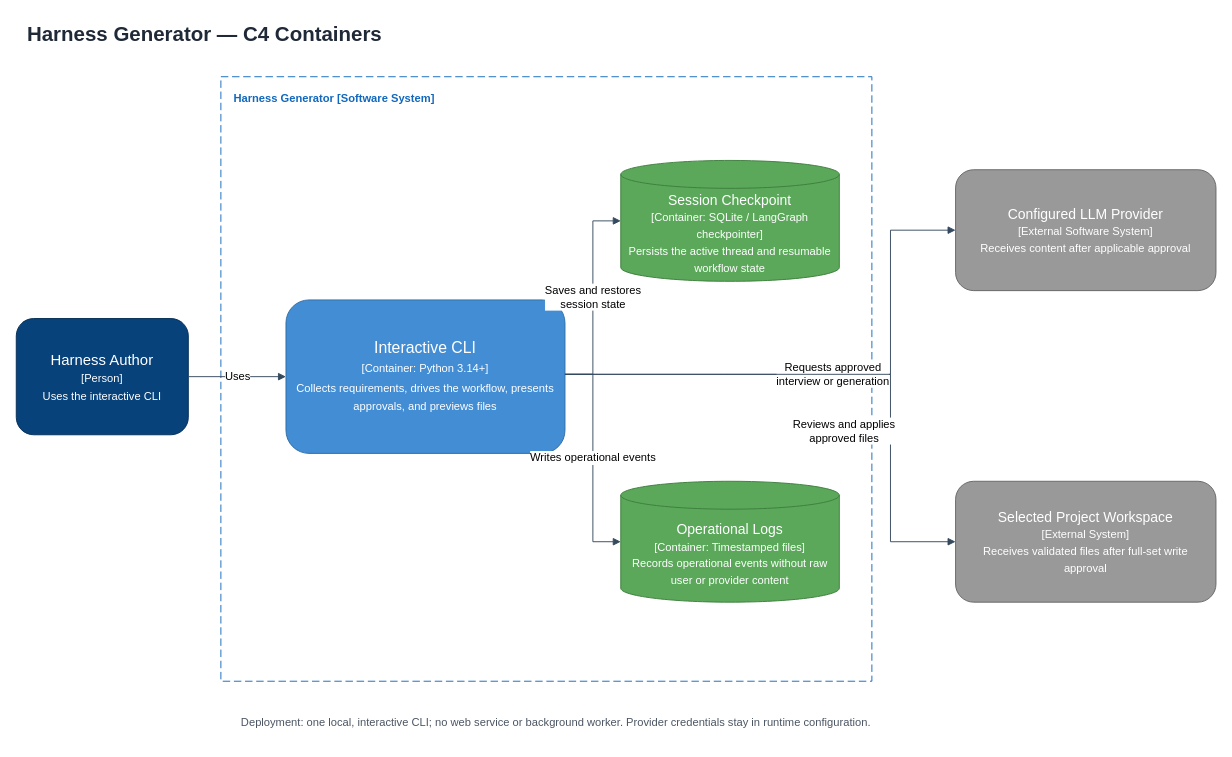
Earlier version of the draw.io diagram docs/diagrams/c4-containers.drawio (eduardmelnychenko/harness-gen). Source tidied: cells renumbered, new cells numbered last; positions are measured from the earlier drawing's top-left corner, leaving out a move shared by most shapes. Both pictures are drawn from the tidied source at 93%, with x=0, y=0 at pixel (16, 16).
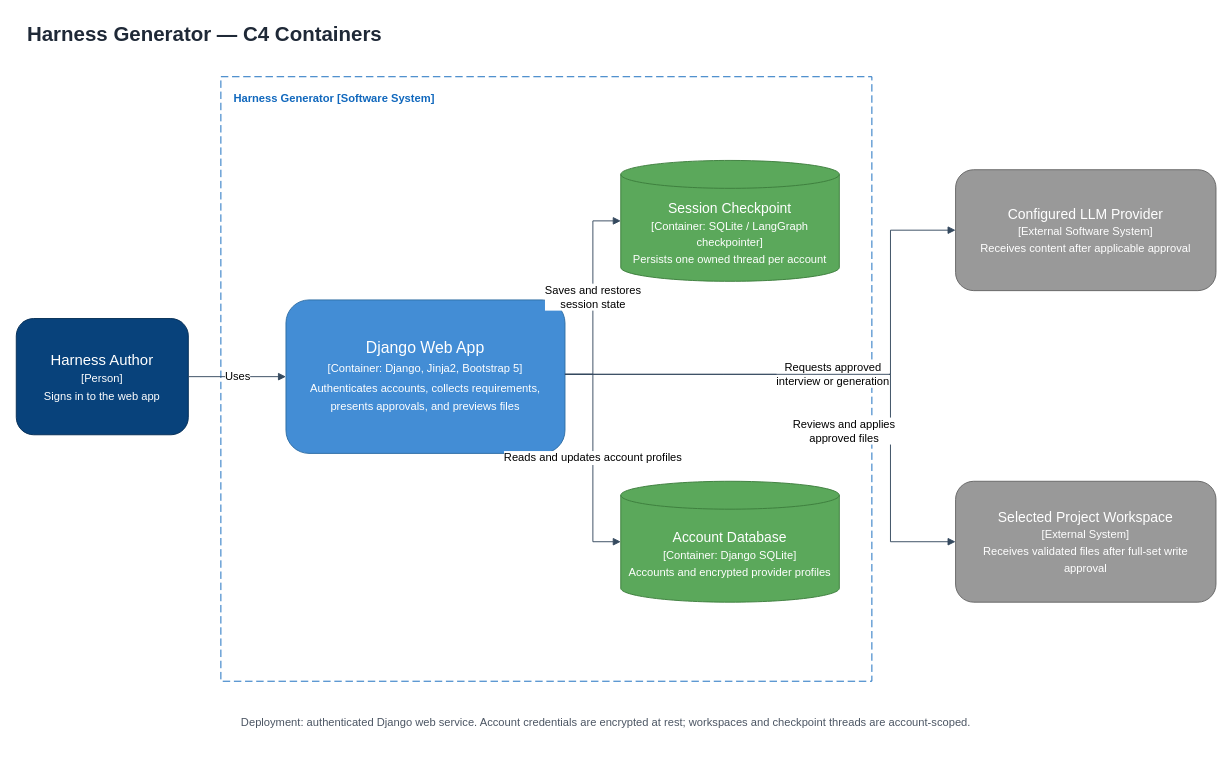
Above is the later version.

Change to the diagram source:
```diff
@@
-    <mxCell id="4" value="Harness Author&lt;br&gt;&lt;font style=&quot;font-size:12px&quot;&gt;[Person]&lt;br&gt;Uses the interactive CLI&lt;/font&gt;" style="rounded=1;whiteSpace=wrap;html=1;fillColor=#08427b;fontColor=#ffffff;strokeColor=#052e56;fontSize=16;align=center;verticalAlign=middle;spacing=10;" parent="1" vertex="1">
+    <mxCell id="4" value="Harness Author&lt;br&gt;&lt;font style=&quot;font-size:12px&quot;&gt;[Person]&lt;br&gt;Signs in to the web app&lt;/font&gt;" style="rounded=1;whiteSpace=wrap;html=1;fillColor=#08427b;fontColor=#ffffff;strokeColor=#052e56;fontSize=16;align=center;verticalAlign=middle;spacing=10;" parent="1" vertex="1">
       <mxGeometry y="325" width="185" height="125" as="geometry" />
     </mxCell>
-    <mxCell id="5" value="Interactive CLI&lt;br&gt;&lt;font style=&quot;font-size:12px&quot;&gt;[Container: Python 3.14+]&lt;br&gt;Collects requirements, drives the workflow, presents approvals, and previews files&lt;/font&gt;" style="rounded=1;whiteSpace=wrap;html=1;fillColor=#438dd5;fontColor=#ffffff;strokeColor=#2e6da4;fontSize=17;align=center;verticalAlign=middle;spacing=10;" parent="1" vertex="1">
+    <mxCell id="5" value="Django Web App&lt;br&gt;&lt;font style=&quot;font-size:12px&quot;&gt;[Container: Django, Jinja2, Bootstrap 5]&lt;br&gt;Authenticates accounts, collects requirements, presents approvals, and previews files&lt;/font&gt;" style="rounded=1;whiteSpace=wrap;html=1;fillColor=#438dd5;fontColor=#ffffff;strokeColor=#2e6da4;fontSize=17;align=center;verticalAlign=middle;spacing=10;" parent="1" vertex="1">
       <mxGeometry x="290" y="305" width="300" height="165" as="geometry" />
     </mxCell>
-    <mxCell id="6" value="Session Checkpoint&lt;br&gt;&lt;font style=&quot;font-size:12px&quot;&gt;[Container: SQLite / LangGraph checkpointer]&lt;br&gt;Persists the active thread and resumable workflow state&lt;/font&gt;" style="shape=cylinder3;whiteSpace=wrap;html=1;boundedLbl=1;backgroundOutline=1;size=15;fillColor=#5ba85b;fontColor=#ffffff;strokeColor=#3d7d3d;fontSize=15;align=center;verticalAlign=middle;spacing=8;" parent="1" vertex="1">
+    <mxCell id="6" value="Session Checkpoint&lt;br&gt;&lt;font style=&quot;font-size:12px&quot;&gt;[Container: SQLite / LangGraph checkpointer]&lt;br&gt;Persists one owned thread per account&lt;/font&gt;" style="shape=cylinder3;whiteSpace=wrap;html=1;boundedLbl=1;backgroundOutline=1;size=15;fillColor=#5ba85b;fontColor=#ffffff;strokeColor=#3d7d3d;fontSize=15;align=center;verticalAlign=middle;spacing=8;" parent="1" vertex="1">
       <mxGeometry x="650" y="155" width="235" height="130" as="geometry" />
     </mxCell>
-    <mxCell id="7" value="Operational Logs&lt;br&gt;&lt;font style=&quot;font-size:12px&quot;&gt;[Container: Timestamped files]&lt;br&gt;Records operational events without raw user or provider content&lt;/font&gt;" style="shape=cylinder3;whiteSpace=wrap;html=1;boundedLbl=1;backgroundOutline=1;size=15;fillColor=#5ba85b;fontColor=#ffffff;strokeColor=#3d7d3d;fontSize=15;align=center;verticalAlign=middle;spacing=8;" parent="1" vertex="1">
+    <mxCell id="7" value="Account Database&lt;br&gt;&lt;font style=&quot;font-size:12px&quot;&gt;[Container: Django SQLite]&lt;br&gt;Accounts and encrypted provider profiles&lt;/font&gt;" style="shape=cylinder3;whiteSpace=wrap;html=1;boundedLbl=1;backgroundOutline=1;size=15;fillColor=#5ba85b;fontColor=#ffffff;strokeColor=#3d7d3d;fontSize=15;align=center;verticalAlign=middle;spacing=8;" parent="1" vertex="1">
       <mxGeometry x="650" y="500" width="235" height="130" as="geometry" />
     </mxCell>
@@
-    <mxCell id="12" value="Writes operational events" style="edgeStyle=orthogonalEdgeStyle;rounded=0;jettySize=auto;html=1;endArrow=block;endFill=1;strokeColor=#34495e;fontSize=12;labelBackgroundColor=#ffffff;" parent="1" edge="1" source="5" target="7">
+    <mxCell id="12" value="Reads and updates account profiles" style="edgeStyle=orthogonalEdgeStyle;rounded=0;jettySize=auto;html=1;endArrow=block;endFill=1;strokeColor=#34495e;fontSize=12;labelBackgroundColor=#ffffff;" parent="1" edge="1" source="5" target="7">
       <mxGeometry relative="1" as="geometry">
         <Array as="points">
           <mxPoint x="620" y="385" />
           <mxPoint x="620" y="565" />
         </Array>
       </mxGeometry>
     </mxCell>
@@
-    <mxCell id="15" value="Deployment: one local, interactive CLI; no web service or background worker. Provider credentials stay in runtime configuration." style="text;html=1;align=left;verticalAlign=middle;whiteSpace=wrap;rounded=0;fontSize=12;fontColor=#4b5563;" parent="1" vertex="1">
+    <mxCell id="15" value="Deployment: authenticated Django web service. Account credentials are encrypted at rest; workspaces and checkpoint threads are account-scoped." style="text;html=1;align=left;verticalAlign=middle;whiteSpace=wrap;rounded=0;fontSize=12;fontColor=#4b5563;" parent="1" vertex="1">
       <mxGeometry x="240" y="740" width="1040" height="40" as="geometry" />
     </mxCell>
```
